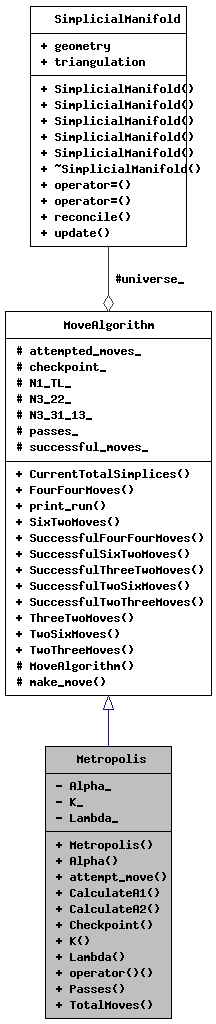
Earlier version of the Graphviz export class_metropolis__coll__graph.png (acgetchell/CDT-plusplus). Its source is kept beside it as class_metropolis__coll__graph.dot. The source it was exported from:
```dot
digraph "Metropolis"
{
  edge [fontname="Helvetica",fontsize="10",labelfontname="Helvetica",labelfontsize="10"];
  node [fontname="Helvetica",fontsize="10",shape=record];
  Node1 [label="{Metropolis\n|- Alpha_\l- K_\l- Lambda_\l|+ Metropolis()\l+ Alpha()\l+ attempt_move()\l+ CalculateA1()\l+ CalculateA2()\l+ Checkpoint()\l+ K()\l+ Lambda()\l+ operator()()\l+ Passes()\l+ TotalMoves()\l}",height=0.2,width=0.4,color="black", fillcolor="grey75", style="filled", fontcolor="black",tooltip="Metropolis-Hastings algorithm function object."];
  Node2 -> Node1 [dir="back",color="midnightblue",fontsize="10",style="solid",arrowtail="onormal",fontname="Helvetica"];
  Node2 [label="{MoveAlgorithm\n|# attempted_moves_\l# checkpoint_\l# N1_TL_\l# N3_22_\l# N3_31_13_\l# passes_\l# successful_moves_\l|+ CurrentTotalSimplices()\l+ FourFourMoves()\l+ print_run()\l+ SixTwoMoves()\l+ SuccessfulFourFourMoves()\l+ SuccessfulSixTwoMoves()\l+ SuccessfulThreeTwoMoves()\l+ SuccessfulTwoSixMoves()\l+ SuccessfulTwoThreeMoves()\l+ ThreeTwoMoves()\l+ TwoSixMoves()\l+ TwoThreeMoves()\l# MoveAlgorithm()\l# make_move()\l}",height=0.2,width=0.4,color="black", fillcolor="white", style="filled",URL="$class_move_algorithm.html",tooltip="Base class for move algorithms."];
  Node3 -> Node2 [color="grey25",fontsize="10",style="solid",label=" #universe_" ,arrowhead="odiamond",fontname="Helvetica"];
  Node3 [label="{SimplicialManifold\n|+ geometry\l+ triangulation\l|+ SimplicialManifold()\l+ SimplicialManifold()\l+ SimplicialManifold()\l+ SimplicialManifold()\l+ SimplicialManifold()\l+ ~SimplicialManifold()\l+ operator=()\l+ operator=()\l+ reconcile()\l+ update()\l}",height=0.2,width=0.4,color="black", fillcolor="white", style="filled",URL="$struct_simplicial_manifold.html",tooltip=" "];
}
```
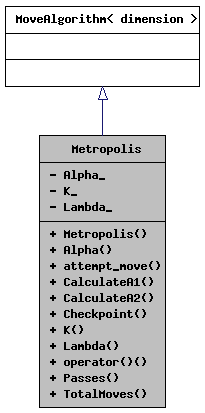
Above is the later version.

Change to the diagram source:
```diff
@@ -4,7 +4,5 @@
   node [fontname="Helvetica",fontsize="10",shape=record];
   Node1 [label="{Metropolis\n|- Alpha_\l- K_\l- Lambda_\l|+ Metropolis()\l+ Alpha()\l+ attempt_move()\l+ CalculateA1()\l+ CalculateA2()\l+ Checkpoint()\l+ K()\l+ Lambda()\l+ operator()()\l+ Passes()\l+ TotalMoves()\l}",height=0.2,width=0.4,color="black", fillcolor="grey75", style="filled", fontcolor="black",tooltip="Metropolis-Hastings algorithm function object."];
   Node2 -> Node1 [dir="back",color="midnightblue",fontsize="10",style="solid",arrowtail="onormal",fontname="Helvetica"];
-  Node2 [label="{MoveAlgorithm\n|# attempted_moves_\l# checkpoint_\l# N1_TL_\l# N3_22_\l# N3_31_13_\l# passes_\l# successful_moves_\l|+ CurrentTotalSimplices()\l+ FourFourMoves()\l+ print_run()\l+ SixTwoMoves()\l+ SuccessfulFourFourMoves()\l+ SuccessfulSixTwoMoves()\l+ SuccessfulThreeTwoMoves()\l+ SuccessfulTwoSixMoves()\l+ SuccessfulTwoThreeMoves()\l+ ThreeTwoMoves()\l+ TwoSixMoves()\l+ TwoThreeMoves()\l# MoveAlgorithm()\l# make_move()\l}",height=0.2,width=0.4,color="black", fillcolor="white", style="filled",URL="$class_move_algorithm.html",tooltip="Base class for move algorithms."];
-  Node3 -> Node2 [color="grey25",fontsize="10",style="solid",label=" #universe_" ,arrowhead="odiamond",fontname="Helvetica"];
-  Node3 [label="{SimplicialManifold\n|+ geometry\l+ triangulation\l|+ SimplicialManifold()\l+ SimplicialManifold()\l+ SimplicialManifold()\l+ SimplicialManifold()\l+ SimplicialManifold()\l+ ~SimplicialManifold()\l+ operator=()\l+ operator=()\l+ reconcile()\l+ update()\l}",height=0.2,width=0.4,color="black", fillcolor="white", style="filled",URL="$struct_simplicial_manifold.html",tooltip=" "];
+  Node2 [label="{MoveAlgorithm\< dimension \>\n||}",height=0.2,width=0.4,color="black", fillcolor="white", style="filled",URL="$class_move_algorithm.html",tooltip=" "];
 }
```
